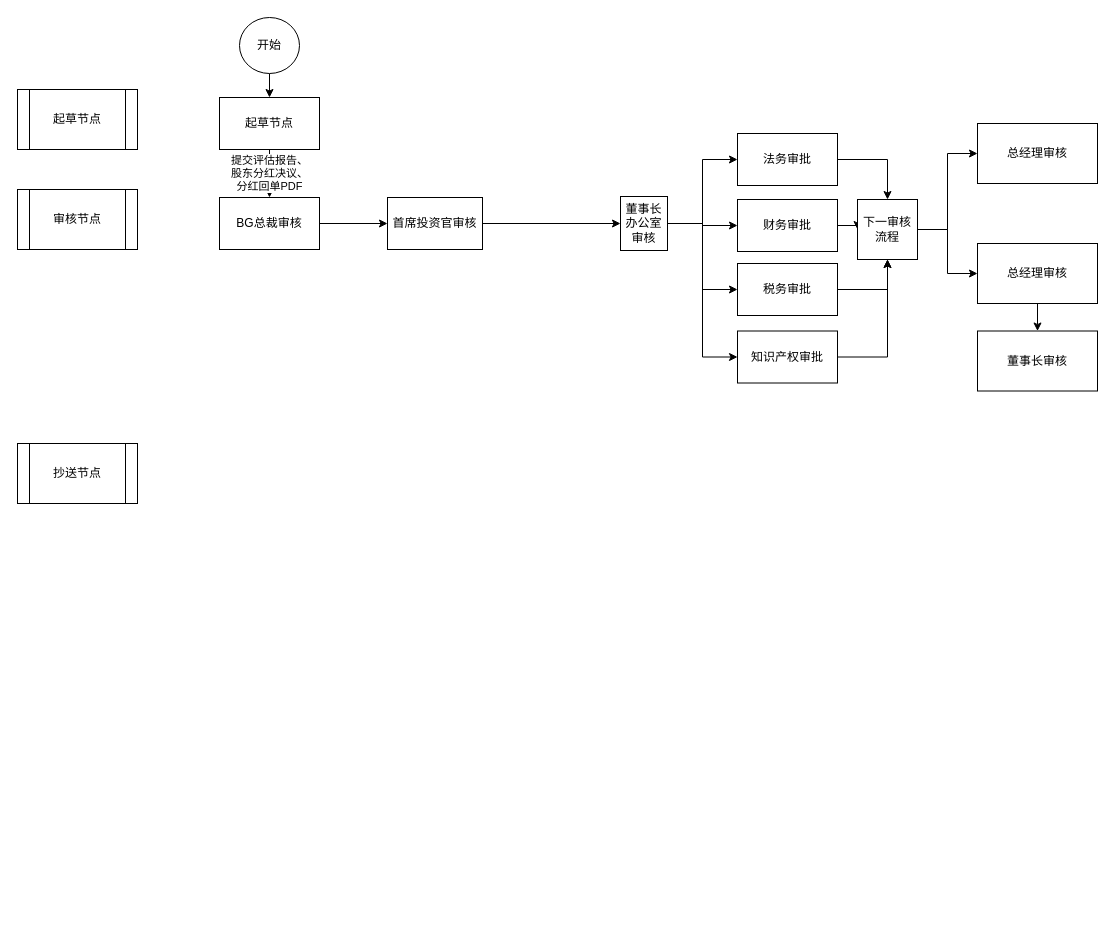
The draw.io diagram 子公司信息.drawio in Rosecanoe/Intern-Summer-Guangzhou, before the edit. Source tidied: cells renumbered, new cells numbered last; positions are measured from the earlier drawing's top-left corner, leaving out a move shared by most shapes. Both pictures are drawn from the tidied source at 100%, with x=0, y=0 at pixel (17, 17).
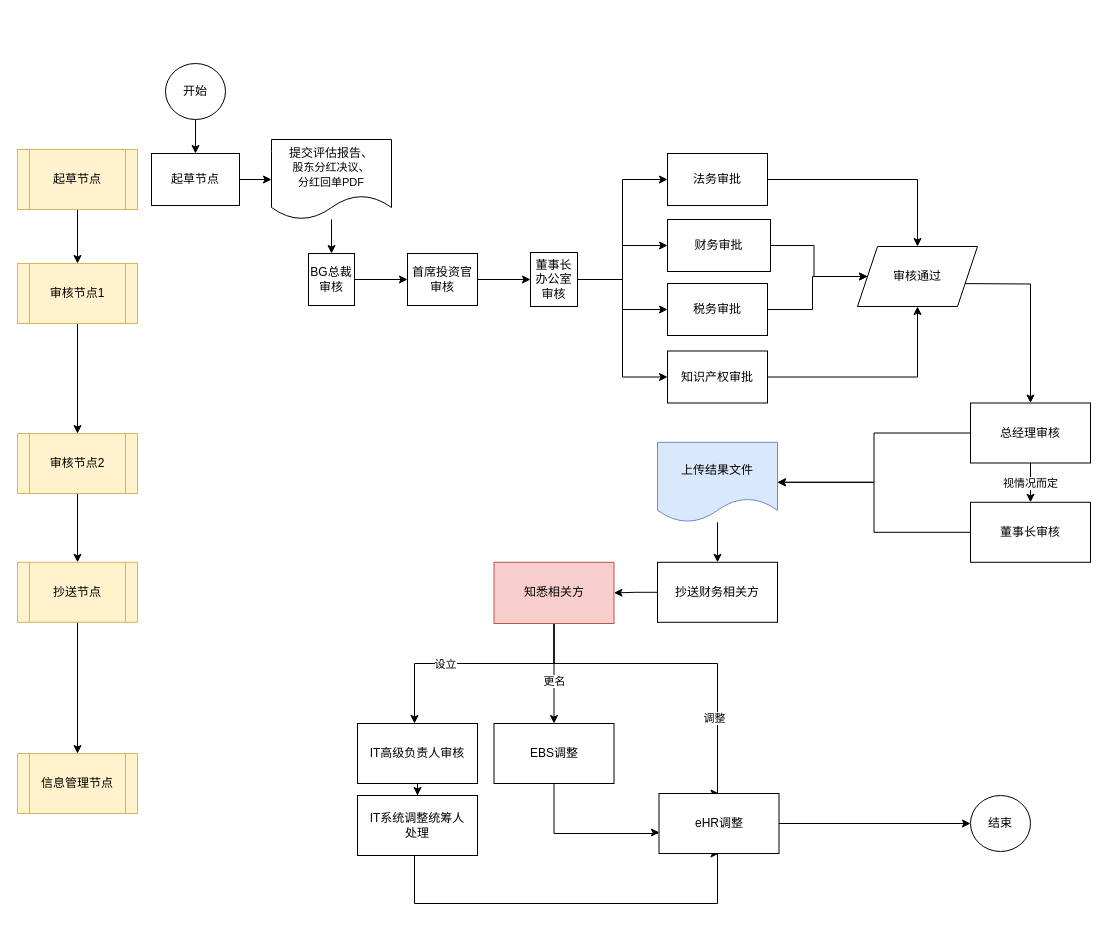
The same diagram, later.

Commit message (it also covers changes not shown here):
更新子公司信息.drawio

The edit, as a diff of the source:
```diff
@@
-    <mxCell id="2" value="提交评估报告、&lt;br&gt;股东分红决议、&lt;br&gt;分红回单PDF" style="edgeStyle=orthogonalEdgeStyle;rounded=0;jettySize=auto;html=1;" parent="1" edge="1" source="3" target="7">
-      <mxGeometry relative="1" as="geometry" />
-    </mxCell>
+    <mxCell id="33" style="edgeStyle=orthogonalEdgeStyle;rounded=0;jettySize=auto;html=1;" parent="1" edge="1" source="3" target="2">
+      <mxGeometry relative="1" as="geometry" />
+    </mxCell>
     <mxCell id="3" value="起草节点" style="rounded=0;whiteSpace=wrap;html=1;direction=west;" parent="1" vertex="1">
-      <mxGeometry x="202" y="80" width="100" height="52" as="geometry" />
+      <mxGeometry x="134" y="136" width="88" height="52" as="geometry" />
     </mxCell>
@@
     <mxCell id="5" value="开始" style="ellipse;whiteSpace=wrap;html=1;direction=west;" parent="1" vertex="1">
-      <mxGeometry x="222" width="60" height="56" as="geometry" />
+      <mxGeometry x="148" y="46" width="60" height="56" as="geometry" />
     </mxCell>
@@
     <mxCell id="7" value="BG总裁审核" style="rounded=0;whiteSpace=wrap;html=1;direction=west;" parent="1" vertex="1">
-      <mxGeometry x="202" y="180" width="100" height="52" as="geometry" />
+      <mxGeometry x="291" y="236" width="46" height="52" as="geometry" />
     </mxCell>
@@
     <mxCell id="9" value="首席投资官审核" style="rounded=0;whiteSpace=wrap;html=1;direction=west;" parent="1" vertex="1">
-      <mxGeometry x="370" y="180" width="95" height="52" as="geometry" />
+      <mxGeometry x="390" y="236" width="70" height="52" as="geometry" />
     </mxCell>
@@
     <mxCell id="14" value="董事长办公室审核" style="rounded=0;whiteSpace=wrap;html=1;direction=west;" parent="1" vertex="1">
-      <mxGeometry x="603" y="179" width="47" height="54" as="geometry" />
+      <mxGeometry x="513" y="235" width="47" height="54" as="geometry" />
     </mxCell>
-    <mxCell id="15" style="edgeStyle=orthogonalEdgeStyle;rounded=0;jettySize=auto;html=1;" parent="1" edge="1" source="16" target="26">
-      <mxGeometry relative="1" as="geometry" />
-    </mxCell>
+    <mxCell id="34" style="edgeStyle=orthogonalEdgeStyle;rounded=0;jettySize=auto;html=1;entryX=0.5;entryY=0;entryDx=0;entryDy=0;" parent="1" edge="1" source="16" target="48">
+      <mxGeometry relative="1" as="geometry" />
+    </mxCell>
     <mxCell id="16" value="法务审批&lt;br&gt;" style="rounded=0;whiteSpace=wrap;html=1;direction=west;" parent="1" vertex="1">
-      <mxGeometry x="720" y="116" width="100" height="52" as="geometry" />
+      <mxGeometry x="650" y="136" width="100" height="52" as="geometry" />
     </mxCell>
-    <mxCell id="17" style="edgeStyle=orthogonalEdgeStyle;rounded=0;jettySize=auto;html=1;" parent="1" edge="1" source="18" target="26">
-      <mxGeometry relative="1" as="geometry" />
-    </mxCell>
+    <mxCell id="35" style="edgeStyle=orthogonalEdgeStyle;rounded=0;jettySize=auto;html=1;" parent="1" edge="1" source="18" target="48">
+      <mxGeometry relative="1" as="geometry" />
+    </mxCell>
     <mxCell id="18" value="财务审批" style="rounded=0;whiteSpace=wrap;html=1;direction=west;" parent="1" vertex="1">
-      <mxGeometry x="720" y="182" width="100" height="52" as="geometry" />
+      <mxGeometry x="650" y="202" width="103" height="52" as="geometry" />
     </mxCell>
-    <mxCell id="19" style="edgeStyle=orthogonalEdgeStyle;rounded=0;jettySize=auto;html=1;entryX=0.5;entryY=1;entryDx=0;entryDy=0;" parent="1" edge="1" source="20" target="26">
-      <mxGeometry relative="1" as="geometry" />
-    </mxCell>
+    <mxCell id="36" style="edgeStyle=orthogonalEdgeStyle;rounded=0;jettySize=auto;html=1;entryX=0;entryY=0.5;entryDx=0;entryDy=0;" parent="1" edge="1" source="20" target="48">
+      <mxGeometry relative="1" as="geometry">
+        <Array as="points">
+          <mxPoint x="795" y="292" />
+          <mxPoint x="795" y="259" />
+        </Array>
+      </mxGeometry>
+    </mxCell>
     <mxCell id="20" value="税务审批" style="rounded=0;whiteSpace=wrap;html=1;direction=west;" parent="1" vertex="1">
-      <mxGeometry x="720" y="246" width="100" height="52" as="geometry" />
+      <mxGeometry x="650" y="266" width="100" height="52" as="geometry" />
     </mxCell>
-    <mxCell id="21" style="edgeStyle=orthogonalEdgeStyle;rounded=0;jettySize=auto;html=1;entryX=0.5;entryY=1;entryDx=0;entryDy=0;" parent="1" edge="1" source="22" target="26">
-      <mxGeometry relative="1" as="geometry" />
-    </mxCell>
+    <mxCell id="37" style="edgeStyle=orthogonalEdgeStyle;rounded=0;jettySize=auto;html=1;" parent="1" edge="1" source="22" target="48">
+      <mxGeometry relative="1" as="geometry" />
+    </mxCell>
     <mxCell id="22" value="知识产权审批" style="rounded=0;whiteSpace=wrap;html=1;direction=west;" parent="1" vertex="1">
-      <mxGeometry x="720" y="313.5" width="100" height="52" as="geometry" />
+      <mxGeometry x="650" y="333.5" width="100" height="52" as="geometry" />
     </mxCell>
+    <mxCell id="38" value="视情况而定" style="edgeStyle=orthogonalEdgeStyle;rounded=0;jettySize=auto;html=1;" parent="1" edge="1" source="23" target="29">
+      <mxGeometry relative="1" as="geometry" />
+    </mxCell>
+    <mxCell id="39" style="edgeStyle=orthogonalEdgeStyle;rounded=0;jettySize=auto;html=1;" parent="1" edge="1" source="23" target="50">
+      <mxGeometry relative="1" as="geometry" />
+    </mxCell>
     <mxCell id="23" value="总经理审核" style="rounded=0;whiteSpace=wrap;html=1;" parent="1" vertex="1">
-      <mxGeometry x="960" y="106" width="120" height="60" as="geometry" />
+      <mxGeometry x="953" y="385.5" width="120" height="60" as="geometry" />
     </mxCell>
-    <mxCell id="24" style="edgeStyle=orthogonalEdgeStyle;rounded=0;jettySize=auto;html=1;entryX=0;entryY=0.5;entryDx=0;entryDy=0;" parent="1" edge="1" source="26" target="23">
-      <mxGeometry relative="1" as="geometry" />
-    </mxCell>
-    <mxCell id="25" style="edgeStyle=orthogonalEdgeStyle;rounded=0;jettySize=auto;html=1;" parent="1" edge="1" source="26" target="28">
-      <mxGeometry relative="1" as="geometry" />
-    </mxCell>
-    <mxCell id="26" value="下一审核流程" style="rounded=0;whiteSpace=wrap;html=1;" parent="1" vertex="1">
-      <mxGeometry x="840" y="182" width="60" height="60" as="geometry" />
-    </mxCell>
-    <mxCell id="27" style="edgeStyle=orthogonalEdgeStyle;rounded=0;jettySize=auto;html=1;" parent="1" edge="1" source="28" target="29">
-      <mxGeometry relative="1" as="geometry" />
-    </mxCell>
-    <mxCell id="28" value="总经理审核" style="rounded=0;whiteSpace=wrap;html=1;" parent="1" vertex="1">
-      <mxGeometry x="960" y="226" width="120" height="60" as="geometry" />
-    </mxCell>
+    <mxCell id="40" style="edgeStyle=orthogonalEdgeStyle;rounded=0;jettySize=auto;html=1;entryX=1;entryY=0.5;entryDx=0;entryDy=0;" parent="1" edge="1" source="29" target="50">
+      <mxGeometry relative="1" as="geometry" />
+    </mxCell>
     <mxCell id="29" value="董事长审核" style="rounded=0;whiteSpace=wrap;html=1;" parent="1" vertex="1">
-      <mxGeometry x="960" y="313.5" width="120" height="60" as="geometry" />
+      <mxGeometry x="953" y="484.8" width="120" height="60" as="geometry" />
     </mxCell>
+    <mxCell id="41" style="edgeStyle=orthogonalEdgeStyle;rounded=0;jettySize=auto;html=1;" parent="1" edge="1" source="30" target="31">
+      <mxGeometry relative="1" as="geometry" />
+    </mxCell>
-    <mxCell id="30" value="起草节点" style="shape=process;whiteSpace=wrap;html=1;backgroundOutline=1;" parent="1" vertex="1">
-      <mxGeometry y="72" width="120" height="60" as="geometry" />
+    <mxCell id="30" value="起草节点" style="shape=process;whiteSpace=wrap;html=1;backgroundOutline=1;fillColor=#fff2cc;strokeColor=#d6b656;" parent="1" vertex="1">
+      <mxGeometry y="132" width="120" height="60" as="geometry" />
     </mxCell>
+    <mxCell id="42" style="edgeStyle=orthogonalEdgeStyle;rounded=0;jettySize=auto;html=1;" parent="1" edge="1" source="31" target="46">
+      <mxGeometry relative="1" as="geometry" />
+    </mxCell>
-    <mxCell id="31" value="审核节点" style="shape=process;whiteSpace=wrap;html=1;backgroundOutline=1;" parent="1" vertex="1">
-      <mxGeometry y="172" width="120" height="60" as="geometry" />
+    <mxCell id="31" value="审核节点1" style="shape=process;whiteSpace=wrap;html=1;backgroundOutline=1;fillColor=#fff2cc;strokeColor=#d6b656;" parent="1" vertex="1">
+      <mxGeometry y="246" width="120" height="60" as="geometry" />
     </mxCell>
+    <mxCell id="43" style="edgeStyle=orthogonalEdgeStyle;rounded=0;jettySize=auto;html=1;" parent="1" edge="1" source="32" target="60">
+      <mxGeometry relative="1" as="geometry" />
+    </mxCell>
-    <mxCell id="32" value="抄送节点" style="shape=process;whiteSpace=wrap;html=1;backgroundOutline=1;" parent="1" vertex="1">
-      <mxGeometry y="426" width="120" height="60" as="geometry" />
+    <mxCell id="32" value="抄送节点" style="shape=process;whiteSpace=wrap;html=1;backgroundOutline=1;fillColor=#fff2cc;strokeColor=#d6b656;" parent="1" vertex="1">
+      <mxGeometry y="544.8" width="120" height="60" as="geometry" />
     </mxCell>
+    <mxCell id="44" style="edgeStyle=orthogonalEdgeStyle;rounded=0;jettySize=auto;html=1;" parent="1" edge="1" source="2" target="7">
+      <mxGeometry relative="1" as="geometry" />
+    </mxCell>
+    <mxCell id="2" value="提交评估报告、&lt;br style=&quot;border-color: var(--border-color); font-size: 11px;&quot;&gt;&lt;span style=&quot;font-size: 11px; background-color: rgb(255, 255, 255);&quot;&gt;股东分红决议、&lt;/span&gt;&lt;br style=&quot;border-color: var(--border-color); font-size: 11px;&quot;&gt;&lt;span style=&quot;font-size: 11px; background-color: rgb(255, 255, 255);&quot;&gt;分红回单PDF&lt;/span&gt;" style="shape=document;whiteSpace=wrap;html=1;boundedLbl=1;" parent="1" vertex="1">
+      <mxGeometry x="254" y="122" width="120" height="80" as="geometry" />
+    </mxCell>
+    <mxCell id="45" style="edgeStyle=orthogonalEdgeStyle;rounded=0;jettySize=auto;html=1;" parent="1" edge="1" source="46" target="32">
+      <mxGeometry relative="1" as="geometry" />
+    </mxCell>
+    <mxCell id="46" value="审核节点2" style="shape=process;whiteSpace=wrap;html=1;backgroundOutline=1;fillColor=#fff2cc;strokeColor=#d6b656;" parent="1" vertex="1">
+      <mxGeometry y="416" width="120" height="60" as="geometry" />
+    </mxCell>
+    <mxCell id="47" style="edgeStyle=orthogonalEdgeStyle;rounded=0;jettySize=auto;html=1;entryX=0.5;entryY=0;entryDx=0;entryDy=0;" parent="1" edge="1" target="23">
+      <mxGeometry relative="1" as="geometry">
+        <mxPoint x="933" y="266" as="sourcePoint" />
+      </mxGeometry>
+    </mxCell>
+    <mxCell id="48" value="审核通过" style="shape=parallelogram;perimeter=parallelogramPerimeter;whiteSpace=wrap;html=1;fixedSize=1;" parent="1" vertex="1">
+      <mxGeometry x="840" y="229" width="120" height="60" as="geometry" />
+    </mxCell>
+    <mxCell id="49" style="edgeStyle=orthogonalEdgeStyle;rounded=0;jettySize=auto;html=1;" parent="1" edge="1" source="50" target="52">
+      <mxGeometry relative="1" as="geometry" />
+    </mxCell>
+    <mxCell id="50" value="上传结果文件" style="shape=document;whiteSpace=wrap;html=1;boundedLbl=1;fillColor=#dae8fc;strokeColor=#6c8ebf;" parent="1" vertex="1">
+      <mxGeometry x="640" y="424.8" width="120" height="80" as="geometry" />
+    </mxCell>
+    <mxCell id="51" style="edgeStyle=orthogonalEdgeStyle;rounded=0;jettySize=auto;html=1;" parent="1" edge="1" source="52" target="59">
+      <mxGeometry relative="1" as="geometry" />
+    </mxCell>
+    <mxCell id="52" value="抄送财务相关方" style="rounded=0;whiteSpace=wrap;html=1;" parent="1" vertex="1">
+      <mxGeometry x="640" y="544.8" width="120" height="60" as="geometry" />
+    </mxCell>
+    <mxCell id="53" style="edgeStyle=orthogonalEdgeStyle;rounded=0;jettySize=auto;html=1;" parent="1" edge="1" source="59" target="62">
+      <mxGeometry relative="1" as="geometry">
+        <Array as="points">
+          <mxPoint x="537" y="646" />
+          <mxPoint x="397" y="646" />
+        </Array>
+      </mxGeometry>
+    </mxCell>
+    <mxCell id="54" value="设立" style="edgeLabel;html=1;align=center;verticalAlign=middle;" parent="53" vertex="1">
+      <mxGeometry x="-0.08" relative="1" as="geometry">
+        <mxPoint x="-39" as="offset" />
+      </mxGeometry>
+    </mxCell>
+    <mxCell id="55" style="edgeStyle=orthogonalEdgeStyle;rounded=0;jettySize=auto;html=1;" parent="1" edge="1" source="59" target="66">
+      <mxGeometry relative="1" as="geometry" />
+    </mxCell>
+    <mxCell id="56" value="更名" style="edgeLabel;html=1;align=center;verticalAlign=middle;" parent="55" vertex="1">
+      <mxGeometry x="0.15" y="-1" relative="1" as="geometry">
+        <mxPoint x="1" as="offset" />
+      </mxGeometry>
+    </mxCell>
+    <mxCell id="57" style="edgeStyle=orthogonalEdgeStyle;rounded=0;jettySize=auto;html=1;entryX=0.5;entryY=0;entryDx=0;entryDy=0;" parent="1" edge="1" source="59" target="68">
+      <mxGeometry relative="1" as="geometry">
+        <Array as="points">
+          <mxPoint x="537" y="646" />
+          <mxPoint x="700" y="646" />
+          <mxPoint x="700" y="776" />
+        </Array>
+      </mxGeometry>
+    </mxCell>
+    <mxCell id="58" value="调整" style="edgeLabel;html=1;align=center;verticalAlign=middle;" parent="57" vertex="1">
+      <mxGeometry x="0.54" y="-4" relative="1" as="geometry" />
+    </mxCell>
+    <mxCell id="59" value="知悉相关方" style="rounded=0;whiteSpace=wrap;html=1;fillColor=#f8cecc;strokeColor=#b85450;" parent="1" vertex="1">
+      <mxGeometry x="476.5" y="544.8" width="120" height="61.2" as="geometry" />
+    </mxCell>
+    <mxCell id="60" value="信息管理节点" style="shape=process;whiteSpace=wrap;html=1;backgroundOutline=1;fillColor=#fff2cc;strokeColor=#d6b656;" parent="1" vertex="1">
+      <mxGeometry y="736" width="120" height="60" as="geometry" />
+    </mxCell>
+    <mxCell id="61" style="edgeStyle=orthogonalEdgeStyle;rounded=0;jettySize=auto;html=1;" parent="1" edge="1" source="62" target="64">
+      <mxGeometry relative="1" as="geometry" />
+    </mxCell>
+    <mxCell id="62" value="IT高级负责人审核" style="rounded=0;whiteSpace=wrap;html=1;" parent="1" vertex="1">
+      <mxGeometry x="340" y="706" width="120" height="60" as="geometry" />
+    </mxCell>
+    <mxCell id="63" style="edgeStyle=orthogonalEdgeStyle;rounded=0;jettySize=auto;html=1;entryX=0.5;entryY=1;entryDx=0;entryDy=0;" parent="1" edge="1" source="64" target="68">
+      <mxGeometry relative="1" as="geometry">
+        <Array as="points">
+          <mxPoint x="397" y="886" />
+          <mxPoint x="700" y="886" />
+        </Array>
+      </mxGeometry>
+    </mxCell>
+    <mxCell id="64" value="IT系统调整统筹人&lt;br&gt;处理" style="rounded=0;whiteSpace=wrap;html=1;" parent="1" vertex="1">
+      <mxGeometry x="340" y="778" width="120" height="60" as="geometry" />
+    </mxCell>
+    <mxCell id="65" style="edgeStyle=orthogonalEdgeStyle;rounded=0;jettySize=auto;html=1;entryX=0.003;entryY=0.648;entryDx=0;entryDy=0;entryPerimeter=0;" parent="1" edge="1" source="66" target="68">
+      <mxGeometry relative="1" as="geometry">
+        <Array as="points">
+          <mxPoint x="537" y="816" />
+          <mxPoint x="640" y="816" />
+        </Array>
+      </mxGeometry>
+    </mxCell>
+    <mxCell id="66" value="EBS调整" style="rounded=0;whiteSpace=wrap;html=1;" parent="1" vertex="1">
+      <mxGeometry x="476.5" y="706" width="120" height="60" as="geometry" />
+    </mxCell>
+    <mxCell id="67" style="edgeStyle=orthogonalEdgeStyle;rounded=0;jettySize=auto;html=1;" parent="1" edge="1" source="68" target="69">
+      <mxGeometry relative="1" as="geometry" />
+    </mxCell>
+    <mxCell id="68" value="eHR调整" style="rounded=0;whiteSpace=wrap;html=1;" parent="1" vertex="1">
+      <mxGeometry x="641.5" y="776" width="120" height="60" as="geometry" />
+    </mxCell>
+    <mxCell id="69" value="结束" style="ellipse;whiteSpace=wrap;html=1;direction=west;" parent="1" vertex="1">
+      <mxGeometry x="953" y="778" width="60" height="56" as="geometry" />
+    </mxCell>
```
